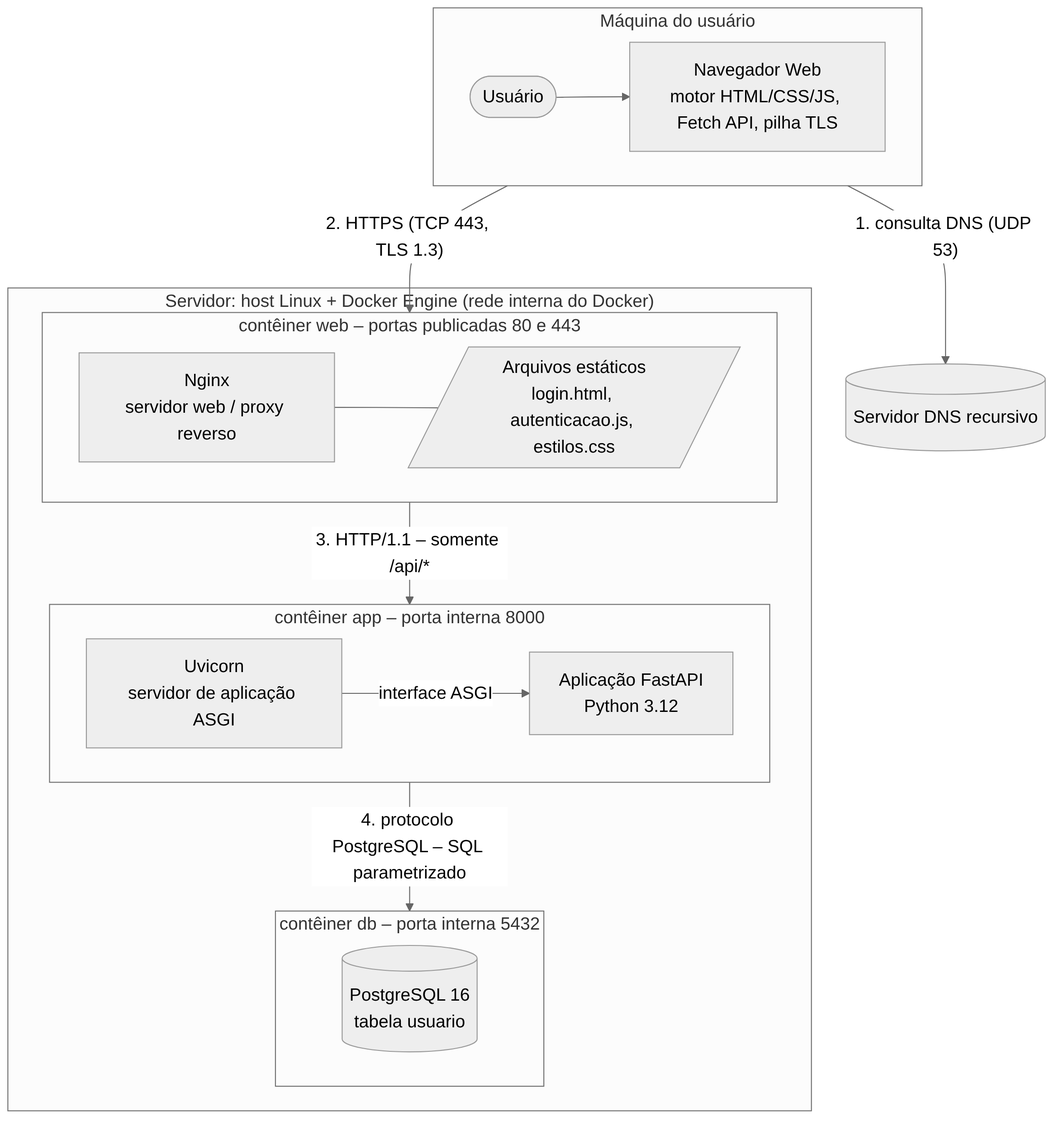
The Mermaid diagram docs/img/fig01-ambiente.png in jusouzn/software-web-autenticacao-ds-2026-2, before a commit. Its source is kept beside it as docs/diagramas/fig01-ambiente.mmd. Source of this version:
```mermaid
flowchart TB
  subgraph CLI["Máquina do usuário"]
    direction LR
    U(["Usuário"]) --> B["Navegador Web<br/>motor HTML/CSS/JS, Fetch API, pilha TLS"]
  end
  DNS[("Servidor DNS recursivo")]
  subgraph SRV["Servidor: host Linux + Docker Engine (rede interna do Docker)"]
    subgraph C1["contêiner web – portas publicadas 80 e 443"]
      direction LR
      NG["Nginx<br/>servidor web / proxy reverso"] --- ST[/"Arquivos estáticos<br/>login.html, autenticacao.js, estilos.css"/]
    end
    subgraph C2["contêiner app – porta interna 8000"]
      direction LR
      UV["Uvicorn<br/>servidor de aplicação ASGI"] -- "interface ASGI" --> APP["Aplicação FastAPI<br/>Python 3.12"]
    end
    subgraph C3["contêiner db – porta interna 5432"]
      PG[("PostgreSQL 16<br/>tabela usuario")]
    end
  end
  B -- "1. consulta DNS (UDP 53)" --> DNS
  B -- "2. HTTPS (TCP 443, TLS 1.3)" --> C1
  C1 -- "3. HTTP/1.1 – somente /api/*" --> C2
  C2 -- "4. protocolo PostgreSQL – SQL parametrizado" --> C3
```
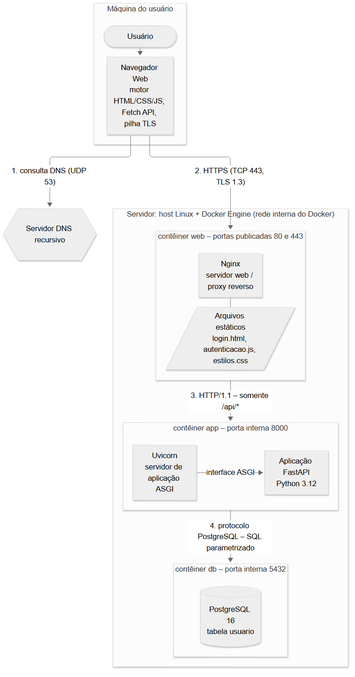
Above is the later version.

Commit message:
docs(IT-1.1): troca formato do nó DNS na Figura 1

O cilindro sugeria banco de dados; o DNS passa a ser um hexágono.

Change to the diagram source:
```diff
@@ -3,7 +3,7 @@
     direction LR
     U(["Usuário"]) --> B["Navegador Web<br/>motor HTML/CSS/JS, Fetch API, pilha TLS"]
   end
-  DNS[("Servidor DNS recursivo")]
+  DNS{{"Servidor DNS recursivo"}}
   subgraph SRV["Servidor: host Linux + Docker Engine (rede interna do Docker)"]
     subgraph C1["contêiner web – portas publicadas 80 e 443"]
       direction LR
```
